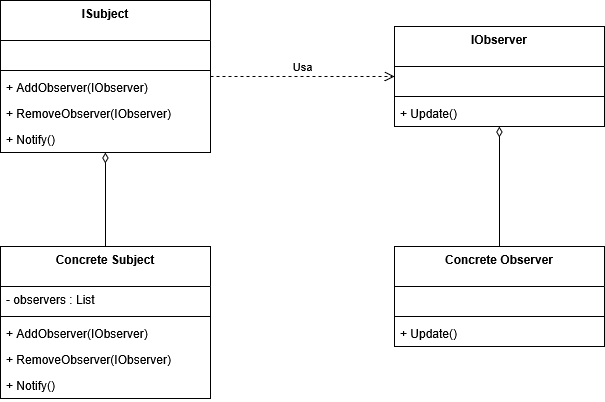
Above: behaviour/resources/observer_components.drawio.png in devgalop/design-patterns-csharp (draw.io), before the change. Source tidied: cells renumbered, new cells last; positions are measured from the earlier drawing's top-left corner, leaving out a move shared by most shapes.
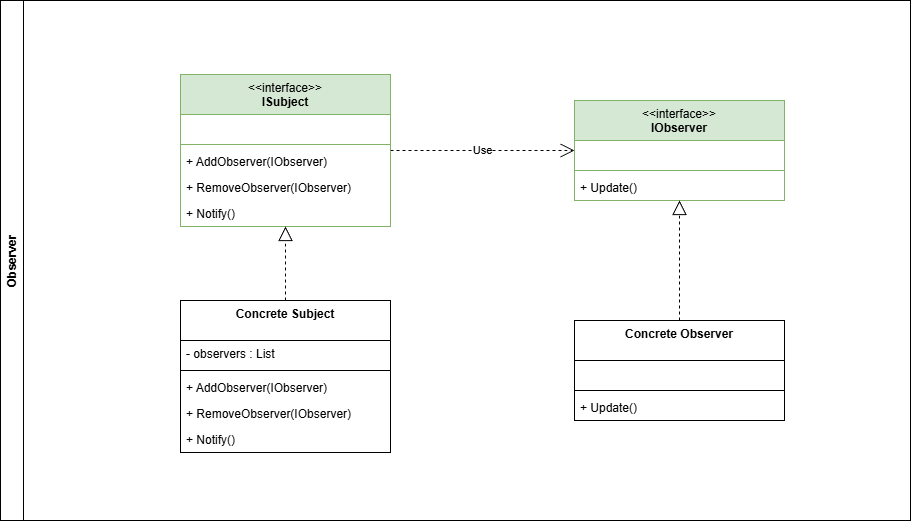
Later version of the same file.

The edit, as a diff of the source:
```diff
@@ -1,8 +1,8 @@
-<mxGraphModel>
+<mxGraphModel background="#ffffff">
   <root>
     <mxCell id="0" />
     <mxCell id="1" parent="0" />
-    <mxCell id="2" value="IObserver" style="swimlane;fontStyle=1;align=center;verticalAlign=top;horizontal=1;startSize=40;whiteSpace=wrap;html=1;" parent="1" vertex="1">
+    <mxCell id="2" value="&lt;span style=&quot;font-weight: normal;&quot;&gt;&amp;lt;&amp;lt;interface&amp;gt;&amp;gt;&lt;/span&gt;&lt;br&gt;IObserver" style="swimlane;fontStyle=1;align=center;verticalAlign=top;horizontal=1;startSize=40;whiteSpace=wrap;html=1;fillColor=#d5e8d4;strokeColor=#82b366;" parent="1" vertex="1">
       <mxGeometry x="394" y="26" width="210" height="100" as="geometry" />
     </mxCell>
     <mxCell id="3" value="&amp;nbsp;" style="text;strokeColor=none;fillColor=none;align=left;verticalAlign=top;spacingLeft=4;spacingRight=4;overflow=hidden;whiteSpace=wrap;html=1;" parent="2" vertex="1">
@@ -14,7 +14,7 @@
     <mxCell id="5" value="+ Update()" style="text;strokeColor=none;fillColor=none;align=left;verticalAlign=top;spacingLeft=4;spacingRight=4;overflow=hidden;whiteSpace=wrap;html=1;" parent="2" vertex="1">
       <mxGeometry y="74" width="210" height="26" as="geometry" />
     </mxCell>
-    <mxCell id="6" value="ISubject" style="swimlane;fontStyle=1;align=center;verticalAlign=top;horizontal=1;startSize=40;whiteSpace=wrap;html=1;" parent="1" vertex="1">
+    <mxCell id="6" value="&lt;span style=&quot;font-weight: normal;&quot;&gt;&amp;lt;&amp;lt;interface&amp;gt;&amp;gt;&lt;/span&gt;&lt;br&gt;ISubject" style="swimlane;fontStyle=1;align=center;verticalAlign=top;horizontal=1;startSize=40;whiteSpace=wrap;html=1;fillColor=#d5e8d4;strokeColor=#82b366;" parent="1" vertex="1">
       <mxGeometry width="210" height="152" as="geometry" />
     </mxCell>
     <mxCell id="7" value="&amp;nbsp;" style="text;strokeColor=none;fillColor=none;align=left;verticalAlign=top;spacingLeft=4;spacingRight=4;overflow=hidden;whiteSpace=wrap;html=1;" parent="6" vertex="1">
@@ -32,8 +32,23 @@
     <mxCell id="11" value="+ Notify()" style="text;strokeColor=none;fillColor=none;align=left;verticalAlign=top;spacingLeft=4;spacingRight=4;overflow=hidden;whiteSpace=wrap;html=1;" parent="6" vertex="1">
       <mxGeometry y="126" width="210" height="26" as="geometry" />
     </mxCell>
+    <mxCell id="18" value="Concrete Observer" style="swimlane;fontStyle=1;align=center;verticalAlign=top;horizontal=1;startSize=40;whiteSpace=wrap;html=1;" parent="1" vertex="1">
+      <mxGeometry x="394" y="246" width="210" height="100" as="geometry" />
+    </mxCell>
+    <mxCell id="19" value="&amp;nbsp;" style="text;strokeColor=none;fillColor=none;align=left;verticalAlign=top;spacingLeft=4;spacingRight=4;overflow=hidden;whiteSpace=wrap;html=1;" parent="18" vertex="1">
+      <mxGeometry y="40" width="210" height="26" as="geometry" />
+    </mxCell>
+    <mxCell id="20" style="line;strokeWidth=1;fillColor=none;align=left;verticalAlign=middle;spacingTop=-1;spacingLeft=3;spacingRight=3;labelPosition=right;strokeColor=inherit;" parent="18" vertex="1">
+      <mxGeometry y="66" width="210" height="8" as="geometry" />
+    </mxCell>
+    <mxCell id="21" value="+ Update()" style="text;strokeColor=none;fillColor=none;align=left;verticalAlign=top;spacingLeft=4;spacingRight=4;overflow=hidden;whiteSpace=wrap;html=1;" parent="18" vertex="1">
+      <mxGeometry y="74" width="210" height="26" as="geometry" />
+    </mxCell>
+    <mxCell id="25" value="Observer" style="swimlane;horizontal=0;whiteSpace=wrap;html=1;" parent="1" vertex="1">
+      <mxGeometry x="-180" y="-74" width="910" height="520" as="geometry" />
+    </mxCell>
-    <mxCell id="12" value="Concrete Subject" style="swimlane;fontStyle=1;align=center;verticalAlign=top;horizontal=1;startSize=40;whiteSpace=wrap;html=1;" parent="1" vertex="1">
-      <mxGeometry y="246" width="210" height="152" as="geometry" />
+    <mxCell id="12" value="Concrete Subject" style="swimlane;fontStyle=1;align=center;verticalAlign=top;horizontal=1;startSize=40;whiteSpace=wrap;html=1;" parent="25" vertex="1">
+      <mxGeometry x="180" y="300" width="210" height="152" as="geometry" />
     </mxCell>
     <mxCell id="13" value="- observers : List" style="text;strokeColor=none;fillColor=none;align=left;verticalAlign=top;spacingLeft=4;spacingRight=4;overflow=hidden;whiteSpace=wrap;html=1;" parent="12" vertex="1">
       <mxGeometry y="40" width="210" height="26" as="geometry" />
@@ -50,26 +65,14 @@
     <mxCell id="17" value="+ Notify()" style="text;strokeColor=none;fillColor=none;align=left;verticalAlign=top;spacingLeft=4;spacingRight=4;overflow=hidden;whiteSpace=wrap;html=1;" parent="12" vertex="1">
       <mxGeometry y="126" width="210" height="26" as="geometry" />
     </mxCell>
-    <mxCell id="18" value="Concrete Observer" style="swimlane;fontStyle=1;align=center;verticalAlign=top;horizontal=1;startSize=40;whiteSpace=wrap;html=1;" parent="1" vertex="1">
-      <mxGeometry x="394" y="246" width="210" height="100" as="geometry" />
-    </mxCell>
-    <mxCell id="19" value="&amp;nbsp;" style="text;strokeColor=none;fillColor=none;align=left;verticalAlign=top;spacingLeft=4;spacingRight=4;overflow=hidden;whiteSpace=wrap;html=1;" parent="18" vertex="1">
-      <mxGeometry y="40" width="210" height="26" as="geometry" />
-    </mxCell>
-    <mxCell id="20" style="line;strokeWidth=1;fillColor=none;align=left;verticalAlign=middle;spacingTop=-1;spacingLeft=3;spacingRight=3;labelPosition=right;strokeColor=inherit;" parent="18" vertex="1">
-      <mxGeometry y="66" width="210" height="8" as="geometry" />
-    </mxCell>
-    <mxCell id="21" value="+ Update()" style="text;strokeColor=none;fillColor=none;align=left;verticalAlign=top;spacingLeft=4;spacingRight=4;overflow=hidden;whiteSpace=wrap;html=1;" parent="18" vertex="1">
-      <mxGeometry y="74" width="210" height="26" as="geometry" />
-    </mxCell>
-    <mxCell id="22" style="endArrow=none;startArrow=diamondThin;endFill=0;startFill=0;html=1;verticalAlign=bottom;labelBackgroundColor=none;strokeWidth=1;startSize=8;endSize=8;rounded=0;" parent="1" edge="1" source="6" target="12">
-      <mxGeometry relative="1" as="geometry" />
-    </mxCell>
-    <mxCell id="23" style="endArrow=none;startArrow=diamondThin;endFill=0;startFill=0;html=1;verticalAlign=bottom;labelBackgroundColor=none;strokeWidth=1;startSize=8;endSize=8;rounded=0;" parent="1" edge="1" source="2" target="18">
-      <mxGeometry relative="1" as="geometry" />
-    </mxCell>
+    <mxCell id="26" style="endArrow=block;dashed=1;endFill=0;endSize=12;html=1;" parent="1" edge="1" source="12" target="6">
+      <mxGeometry relative="1" as="geometry" />
+    </mxCell>
-    <mxCell id="24" value="Usa" style="endArrow=open;startArrow=none;endFill=0;startFill=0;endSize=8;html=1;verticalAlign=bottom;dashed=1;labelBackgroundColor=none;rounded=0;" parent="1" edge="1" source="6" target="2">
+    <mxCell id="24" value="Use" style="endArrow=open;endSize=12;dashed=1;html=1;" parent="1" edge="1" source="6" target="2">
       <mxGeometry relative="1" as="geometry" />
     </mxCell>
+    <mxCell id="27" style="endArrow=block;dashed=1;endFill=0;endSize=12;html=1;" parent="1" edge="1" source="18" target="2">
+      <mxGeometry relative="1" as="geometry" />
+    </mxCell>
   </root>
 </mxGraphModel>
```
